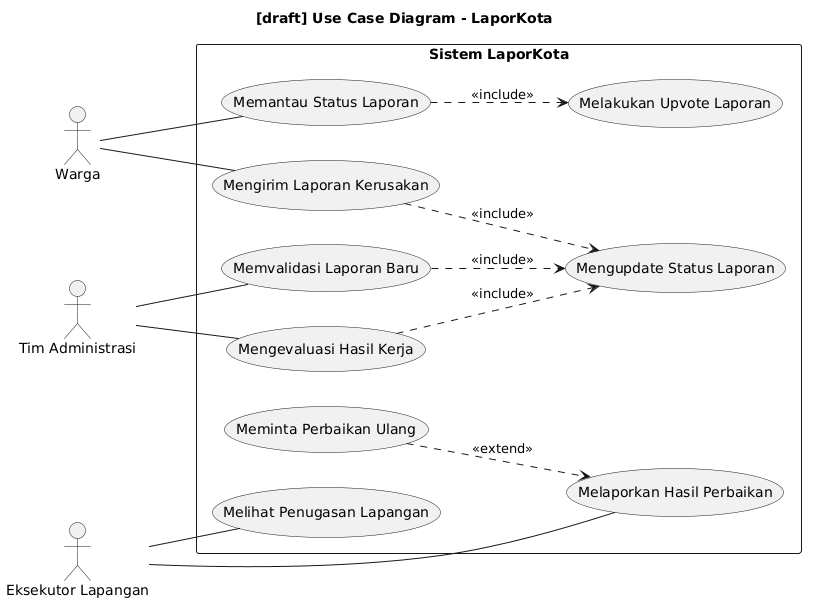
Before: docs/M3/assets/diagram/uc-diagram.png, a diagram exported from PlantUML (RPL-24/IF2150-RPL).
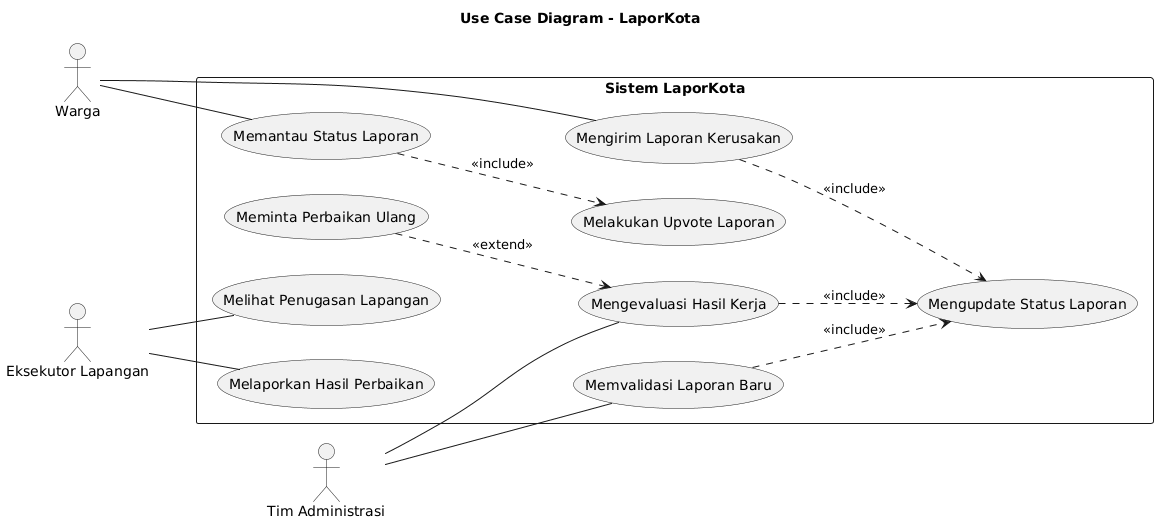
After the change.

Commit message:
docs: Revisi UC Diagram

The edit, as a diff of the source:
```diff
@@ -1,5 +1,5 @@
 @startuml
-title [draft] Use Case Diagram - LaporKota
+title Use Case Diagram - LaporKota
 left to right direction
 
 actor "Warga" as warga
@@ -29,5 +29,5 @@
 UC2 ..> UC_Status : <<include>>
 UC5 ..> UC_Status : <<include>>
 UC6 ..> UC_Upvote : <<include>>
-UC_Rework ..> UC4 : <<extend>>
+UC_Rework ..> UC5 : <<extend>>
 @enduml
```
